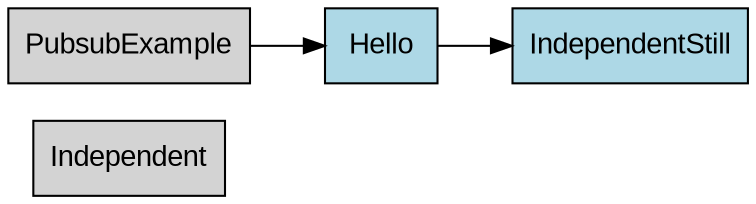
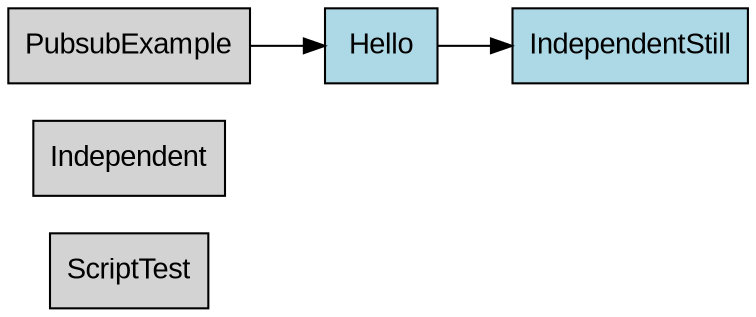
digraph G {
  rankdir=LR;
  node [shape=box, style=filled, fillcolor=lightblue, fontname="Arial"];

+   "ScriptTest" [fillcolor=lightgrey];
  "Independent" [fillcolor=lightgrey];
  "Hello" -> "IndependentStill";
  "PubsubExample" [fillcolor=lightgrey];
  "PubsubExample" -> "Hello";
}